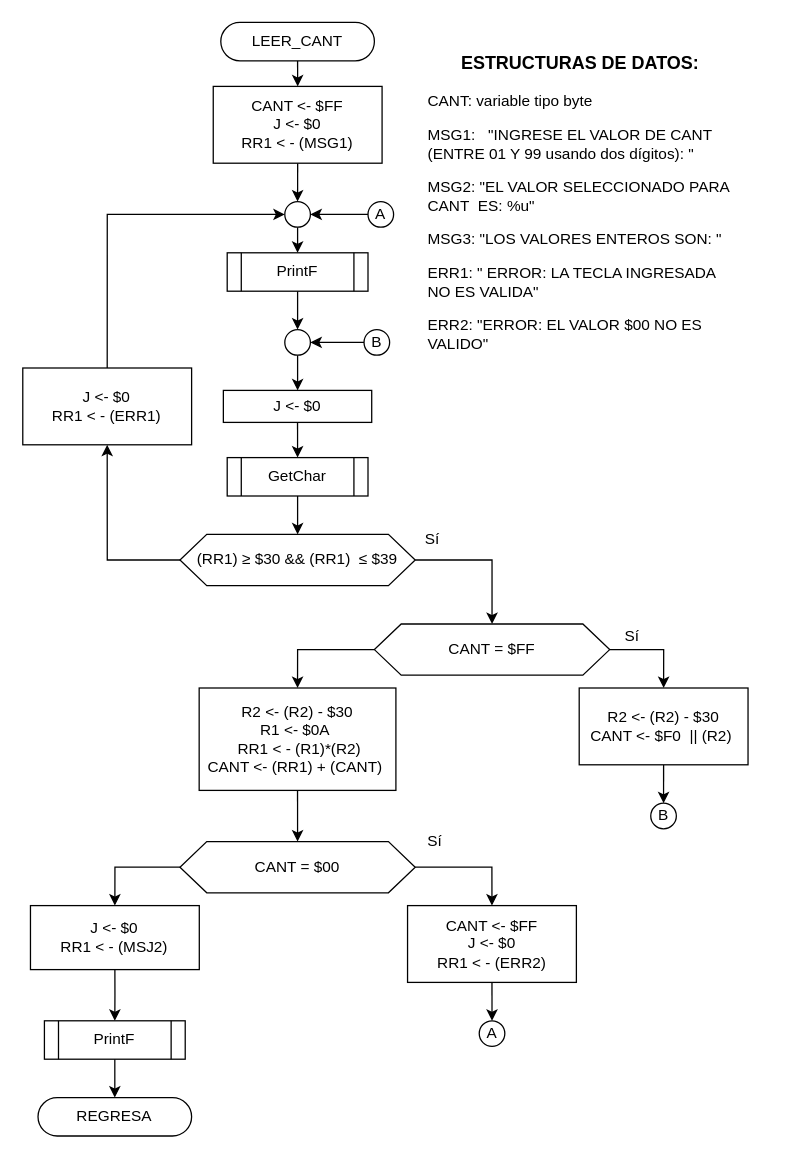
Earlier version of the draw.io diagram Tareas/T3/Diagramas/draw.io/LEER_CANT.drawio (moisotico/Microprocesadores). Source tidied: cells renumbered, new cells numbered last; positions are measured from the earlier drawing's top-left corner, leaving out a move shared by most shapes. Both pictures are drawn from the tidied source at 128%, with x=0, y=0 at pixel (22, 22).
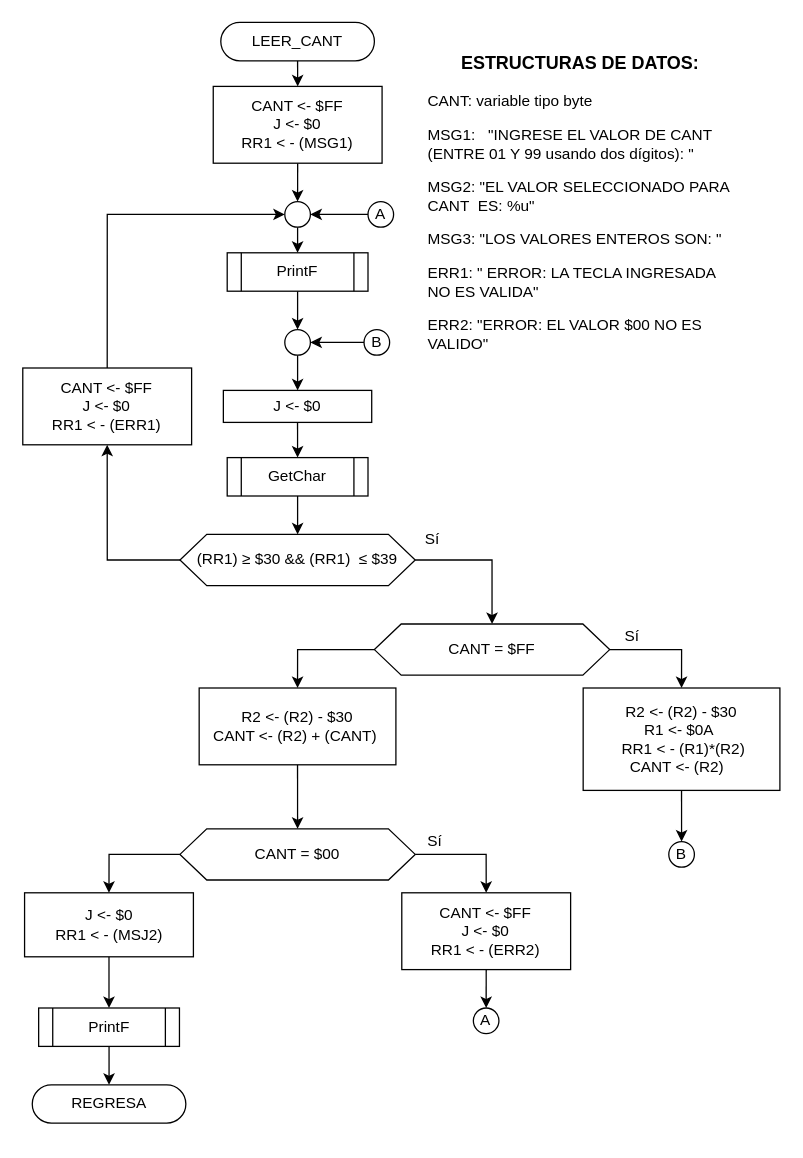
The same diagram, later.

Unchanged cells that the change refers to:
```xml
<mxCell id="22" value="CANT = $FF" style="shape=hexagon;perimeter=hexagonPerimeter2;whiteSpace=wrap;html=1;size=0.11394117647058827;" parent="1" vertex="1">
  <mxGeometry x="275" y="470" width="183.8" height="40" as="geometry" />
</mxCell>
```

What changed in the source:
```diff
@@
-    <mxCell id="18" style="edgeStyle=orthogonalEdgeStyle;rounded=0;jettySize=auto;html=1;exitX=0.5;exitY=1;exitDx=0;exitDy=0;entryX=0.5;entryY=0;entryDx=0;entryDy=0;" parent="1" edge="1" source="19" target="25">
-      <mxGeometry relative="1" as="geometry" />
-    </mxCell>
-    <mxCell id="19" value="R2 &amp;lt;- (R2) - $30&lt;br&gt;CANT &amp;lt;- $F0&amp;nbsp; || (R2)&amp;nbsp;" style="rounded=0;whiteSpace=wrap;html=1;" parent="1" vertex="1">
-      <mxGeometry x="435" y="520" width="131.9" height="60" as="geometry" />
-    </mxCell>
-    <mxCell id="20" style="edgeStyle=orthogonalEdgeStyle;rounded=0;jettySize=auto;html=1;exitX=1;exitY=0.5;exitDx=0;exitDy=0;entryX=0.5;entryY=0;entryDx=0;entryDy=0;" parent="1" edge="1" source="22" target="19">
+    <mxCell id="20" style="edgeStyle=orthogonalEdgeStyle;rounded=0;jettySize=auto;html=1;exitX=1;exitY=0.5;exitDx=0;exitDy=0;entryX=0.5;entryY=0;entryDx=0;entryDy=0;" parent="1" edge="1" source="22" target="49">
       <mxGeometry relative="1" as="geometry" />
     </mxCell>
@@
     <mxCell id="25" value="B" style="ellipse;whiteSpace=wrap;html=1;" parent="1" vertex="1">
-      <mxGeometry x="490.9" y="610" width="20" height="20" as="geometry" />
+      <mxGeometry x="505" y="640" width="20" height="20" as="geometry" />
     </mxCell>
@@
     <mxCell id="28" value="CANT = $00" style="shape=hexagon;perimeter=hexagonPerimeter2;whiteSpace=wrap;html=1;size=0.11394117647058827;" parent="1" vertex="1">
-      <mxGeometry x="123.1" y="640" width="183.8" height="40" as="geometry" />
+      <mxGeometry x="123.1" y="630" width="183.8" height="40" as="geometry" />
     </mxCell>
@@
-    <mxCell id="32" value="J &amp;lt;- $0&lt;br&gt;RR1 &amp;lt; - (ERR1)" style="rounded=0;whiteSpace=wrap;html=1;" parent="1" vertex="1">
+    <mxCell id="32" value="CANT &amp;lt;- $FF&lt;br&gt;J &amp;lt;- $0&lt;br&gt;RR1 &amp;lt; - (ERR1)" style="rounded=0;whiteSpace=wrap;html=1;" parent="1" vertex="1">
       <mxGeometry x="0.3" y="270" width="131.9" height="60" as="geometry" />
     </mxCell>
@@
     <mxCell id="34" value="CANT &amp;lt;- $FF&lt;br&gt;J &amp;lt;- $0&lt;br&gt;RR1 &amp;lt; - (ERR2)" style="rounded=0;whiteSpace=wrap;html=1;" parent="1" vertex="1">
-      <mxGeometry x="300.9" y="690" width="131.9" height="60" as="geometry" />
+      <mxGeometry x="296.4" y="680" width="131.9" height="60" as="geometry" />
     </mxCell>
@@
-    <mxCell id="37" value="A" style="ellipse;whiteSpace=wrap;html=1;" parent="1" vertex="1">
-      <mxGeometry x="356.9" y="780" width="20" height="20" as="geometry" />
+    <mxCell id="37" value="A" style="ellipse;whiteSpace=wrap;html=1;align=center;" parent="1" vertex="1">
+      <mxGeometry x="352.3" y="770" width="20" height="20" as="geometry" />
     </mxCell>
@@
-    <mxCell id="41" value="R2 &amp;lt;- (R2) - $30&lt;br&gt;R1 &amp;lt;- $0A&amp;nbsp;&lt;br&gt;&amp;nbsp;RR1 &amp;lt; - (R1)*(R2)&lt;br&gt;CANT &amp;lt;- (RR1) + (CANT)&amp;nbsp;" style="rounded=0;whiteSpace=wrap;html=1;" parent="1" vertex="1">
-      <mxGeometry x="138.1" y="520" width="153.7" height="80" as="geometry" />
+    <mxCell id="41" value="R2 &amp;lt;- (R2) - $30&lt;br&gt;CANT &amp;lt;- (R2) + (CANT)&amp;nbsp;" style="rounded=0;whiteSpace=wrap;html=1;" parent="1" vertex="1">
+      <mxGeometry x="138.1" y="520" width="153.7" height="60" as="geometry" />
     </mxCell>
@@
     <mxCell id="44" value="J &amp;lt;- $0&lt;br&gt;RR1 &amp;lt; - (MSJ2)" style="rounded=0;whiteSpace=wrap;html=1;" parent="1" vertex="1">
-      <mxGeometry x="6.3" y="690" width="131.9" height="50" as="geometry" />
+      <mxGeometry x="1.7" y="680" width="131.9" height="50" as="geometry" />
     </mxCell>
@@
     <mxCell id="46" value="PrintF" style="shape=process;whiteSpace=wrap;html=1;backgroundOutline=1;" parent="1" vertex="1">
-      <mxGeometry x="17.2" y="780" width="110" height="30" as="geometry" />
+      <mxGeometry x="12.7" y="770" width="110" height="30" as="geometry" />
     </mxCell>
     <mxCell id="47" value="REGRESA" style="rounded=1;whiteSpace=wrap;html=1;fontSize=12;glass=0;strokeWidth=1;shadow=0;arcSize=50;" parent="1" vertex="1">
-      <mxGeometry x="12.2" y="840" width="120" height="30" as="geometry" />
+      <mxGeometry x="7.7" y="830" width="120" height="30" as="geometry" />
     </mxCell>
+    <mxCell id="48" style="edgeStyle=orthogonalEdgeStyle;rounded=0;jettySize=auto;html=1;exitX=0.5;exitY=1;exitDx=0;exitDy=0;entryX=0.5;entryY=0;entryDx=0;entryDy=0;" parent="1" edge="1" source="49" target="25">
+      <mxGeometry relative="1" as="geometry" />
+    </mxCell>
+    <mxCell id="49" value="R2 &amp;lt;- (R2) - $30&lt;br&gt;R1 &amp;lt;- $0A&amp;nbsp;&lt;br&gt;&amp;nbsp;RR1 &amp;lt; - (R1)*(R2)&lt;br&gt;CANT &amp;lt;- (R2)&amp;nbsp;&amp;nbsp;" style="rounded=0;whiteSpace=wrap;html=1;" parent="1" vertex="1">
+      <mxGeometry x="438.1" y="520" width="153.7" height="80" as="geometry" />
+    </mxCell>
```
